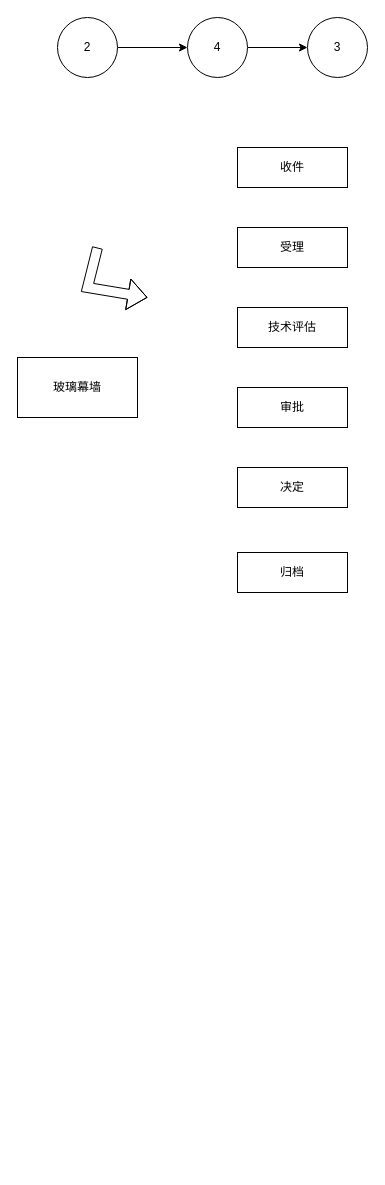
Above: test.drawio in w1041660542/draw.io (draw.io), before the change. Source tidied: cells renumbered, new cells numbered last; positions are measured from the earlier drawing's top-left corner, leaving out a move shared by most shapes. Both pictures are drawn from the tidied source at 100%, with x=0, y=0 at pixel (17, 17).
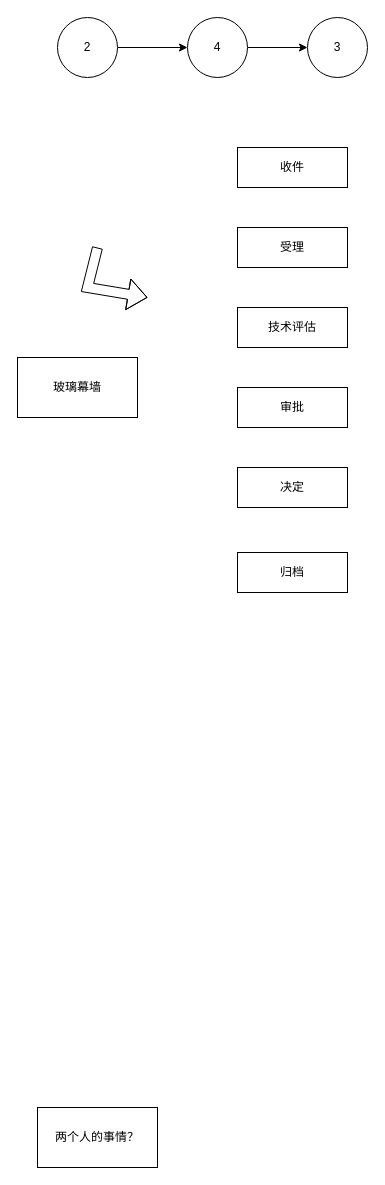
Above is the later version.

Diff of the diagram source:
```diff
@@
 <mxGraphModel>
   <root>
     <mxCell id="0" />
     <mxCell id="1" parent="0" />
     <mxCell id="2" style="edgeStyle=orthogonalEdgeStyle;rounded=0;jettySize=auto;html=1;" parent="1" edge="1" source="3" target="5">
       <mxGeometry relative="1" as="geometry" />
     </mxCell>
     <mxCell id="3" value="2" style="ellipse;whiteSpace=wrap;html=1;" parent="1" vertex="1">
       <mxGeometry x="40" width="60" height="60" as="geometry" />
     </mxCell>
     <mxCell id="4" style="edgeStyle=orthogonalEdgeStyle;rounded=0;jettySize=auto;html=1;entryX=0;entryY=0.5;entryDx=0;entryDy=0;" parent="1" edge="1" source="5" target="6">
       <mxGeometry relative="1" as="geometry" />
     </mxCell>
     <mxCell id="5" value="4" style="ellipse;whiteSpace=wrap;html=1;" parent="1" vertex="1">
       <mxGeometry x="170" width="60" height="60" as="geometry" />
     </mxCell>
     <mxCell id="6" value="3" style="ellipse;whiteSpace=wrap;html=1;" parent="1" vertex="1">
       <mxGeometry x="290" width="60" height="60" as="geometry" />
     </mxCell>
     <mxCell id="7" value="玻璃幕墙" style="rounded=0;whiteSpace=wrap;html=1;" parent="1" vertex="1">
       <mxGeometry y="340" width="120" height="60" as="geometry" />
     </mxCell>
     <mxCell id="8" value="收件" style="rounded=0;whiteSpace=wrap;html=1;" parent="1" vertex="1">
       <mxGeometry x="220" y="130" width="110" height="40" as="geometry" />
     </mxCell>
     <mxCell id="9" value="受理" style="rounded=0;whiteSpace=wrap;html=1;" parent="1" vertex="1">
       <mxGeometry x="220" y="210" width="110" height="40" as="geometry" />
     </mxCell>
     <mxCell id="10" value="技术评估" style="rounded=0;whiteSpace=wrap;html=1;" parent="1" vertex="1">
       <mxGeometry x="220" y="290" width="110" height="40" as="geometry" />
     </mxCell>
     <mxCell id="11" value="审批" style="rounded=0;whiteSpace=wrap;html=1;" parent="1" vertex="1">
       <mxGeometry x="220" y="370" width="110" height="40" as="geometry" />
     </mxCell>
     <mxCell id="12" value="决定" style="rounded=0;whiteSpace=wrap;html=1;" parent="1" vertex="1">
       <mxGeometry x="220" y="450" width="110" height="40" as="geometry" />
     </mxCell>
     <mxCell id="13" value="归档" style="rounded=0;whiteSpace=wrap;html=1;" parent="1" vertex="1">
       <mxGeometry x="220" y="535" width="110" height="40" as="geometry" />
     </mxCell>
     <mxCell id="14" style="shape=flexArrow;endArrow=classic;html=1;rounded=0;" parent="1" edge="1">
       <mxGeometry relative="1" as="geometry">
         <mxPoint x="80" y="230" as="sourcePoint" />
         <mxPoint x="130" y="280" as="targetPoint" />
         <Array as="points">
           <mxPoint x="70" y="270" />
         </Array>
       </mxGeometry>
     </mxCell>
+    <mxCell id="15" value="两个人的事情？&lt;br&gt;" style="rounded=0;whiteSpace=wrap;html=1;" parent="1" vertex="1">
+      <mxGeometry x="20" y="1090" width="120" height="60" as="geometry" />
+    </mxCell>
   </root>
 </mxGraphModel>
```
